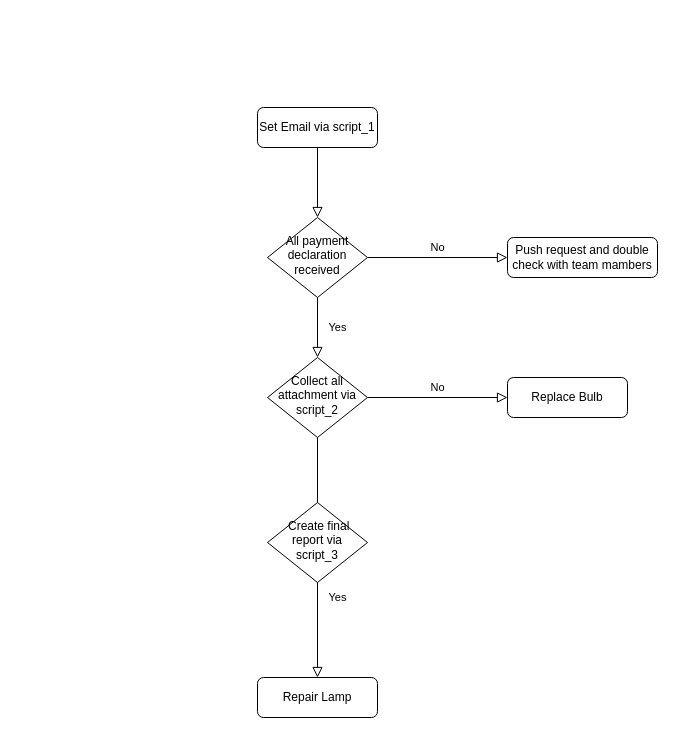
Earlier version of the draw.io diagram Untitled Diagram.drawio (i3land/ZXMAC_FIRST_GIT). Source tidied: cells renumbered, new cells numbered last; positions are measured from the earlier drawing's top-left corner, leaving out a move shared by most shapes. Both pictures are drawn from the tidied source at 100%, with x=0, y=0 at pixel (257, 107).
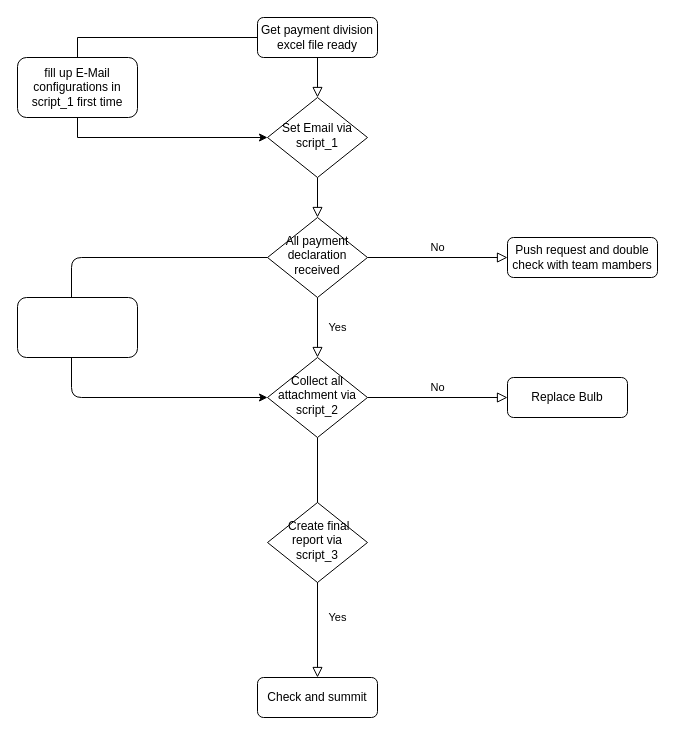
The same diagram, later.

The change refers to these unchanged cells:
```xml
<mxCell id="6" value="All payment declaration received" style="rhombus;whiteSpace=wrap;html=1;shadow=0;fontFamily=Helvetica;fontSize=12;align=center;strokeWidth=1;spacing=6;spacingTop=-4;" parent="1" vertex="1">
  <mxGeometry x="10" y="110" width="100" height="80" as="geometry" />
</mxCell>
<mxCell id="10" value="Collect all attachment via script_2" style="rhombus;whiteSpace=wrap;html=1;shadow=0;fontFamily=Helvetica;fontSize=12;align=center;strokeWidth=1;spacing=6;spacingTop=-4;" parent="1" vertex="1">
  <mxGeometry x="10" y="250" width="100" height="80" as="geometry" />
</mxCell>
```

The edit, as a diff of the source:
```diff
@@
-    <mxCell id="2" style="rounded=0;html=1;jettySize=auto;fontSize=11;endArrow=block;endFill=0;endSize=8;strokeWidth=1;shadow=0;labelBackgroundColor=none;edgeStyle=orthogonalEdgeStyle;" parent="1" edge="1" source="3" target="6">
+    <mxCell id="2" style="rounded=0;html=1;jettySize=auto;fontSize=11;endArrow=block;endFill=0;endSize=8;strokeWidth=1;shadow=0;labelBackgroundColor=none;edgeStyle=orthogonalEdgeStyle;" parent="1" edge="1" source="15" target="6">
       <mxGeometry relative="1" as="geometry" />
     </mxCell>
+    <mxCell id="14" style="edgeStyle=orthogonalEdgeStyle;rounded=0;jettySize=auto;html=1;entryX=0;entryY=0.5;entryDx=0;entryDy=0;" parent="1" edge="1" source="3" target="15">
+      <mxGeometry relative="1" as="geometry">
+        <Array as="points">
+          <mxPoint x="-180" y="-70" />
+          <mxPoint x="-180" y="30" />
+          <mxPoint x="10" y="30" />
+        </Array>
+      </mxGeometry>
+    </mxCell>
-    <mxCell id="3" value="Set Email via script_1" style="rounded=1;whiteSpace=wrap;html=1;fontSize=12;glass=0;strokeWidth=1;shadow=0;" parent="1" vertex="1">
-      <mxGeometry width="120" height="40" as="geometry" />
+    <mxCell id="3" value="&lt;span style=&quot;font-family: &amp;#34;helvetica&amp;#34;&quot;&gt;Get payment division excel file ready&lt;/span&gt;" style="rounded=1;whiteSpace=wrap;html=1;fontSize=12;glass=0;strokeWidth=1;shadow=0;" parent="1" vertex="1">
+      <mxGeometry y="-90" width="120" height="40" as="geometry" />
     </mxCell>
@@
     <mxCell id="8" value="Yes" style="rounded=0;html=1;jettySize=auto;fontSize=11;endArrow=block;endFill=0;endSize=8;strokeWidth=1;shadow=0;labelBackgroundColor=none;edgeStyle=orthogonalEdgeStyle;" parent="1" edge="1" source="10" target="11">
-      <mxGeometry x="0.33" y="20" relative="1" as="geometry" />
+      <mxGeometry x="0.5" y="20" relative="1" as="geometry" />
     </mxCell>
@@
-    <mxCell id="11" value="Repair Lamp" style="rounded=1;whiteSpace=wrap;html=1;fontSize=12;glass=0;strokeWidth=1;shadow=0;" parent="1" vertex="1">
+    <mxCell id="11" value="Check and summit" style="rounded=1;whiteSpace=wrap;html=1;fontSize=12;glass=0;strokeWidth=1;shadow=0;" parent="1" vertex="1">
       <mxGeometry y="570" width="120" height="40" as="geometry" />
     </mxCell>
@@
+    <mxCell id="15" value="&lt;span style=&quot;font-family: &amp;#34;helvetica&amp;#34;&quot;&gt;Set Email via script_1&lt;/span&gt;" style="rhombus;whiteSpace=wrap;html=1;shadow=0;fontFamily=Helvetica;fontSize=12;align=center;strokeWidth=1;spacing=6;spacingTop=-4;" parent="1" vertex="1">
+      <mxGeometry x="10" y="-10" width="100" height="80" as="geometry" />
+    </mxCell>
+    <mxCell id="16" style="rounded=0;html=1;jettySize=auto;fontSize=11;endArrow=block;endFill=0;endSize=8;strokeWidth=1;shadow=0;labelBackgroundColor=none;edgeStyle=orthogonalEdgeStyle;" parent="1" edge="1" source="3" target="15">
+      <mxGeometry relative="1" as="geometry" />
+    </mxCell>
+    <mxCell id="17" value="&lt;span&gt;fill up E-Mail configurations in script_1 first time&lt;/span&gt;" style="rounded=1;whiteSpace=wrap;html=1;" parent="1" vertex="1">
+      <mxGeometry x="-240" y="-50" width="120" height="60" as="geometry" />
+    </mxCell>
+    <mxCell id="18" style="endArrow=classic;html=1;exitX=0;exitY=0.5;exitDx=0;exitDy=0;entryX=0;entryY=0.5;entryDx=0;entryDy=0;" parent="1" edge="1" source="6" target="10">
+      <mxGeometry relative="1" as="geometry">
+        <Array as="points">
+          <mxPoint x="-186" y="150" />
+          <mxPoint x="-186" y="290" />
+        </Array>
+      </mxGeometry>
+    </mxCell>
+    <mxCell id="19" style="rounded=1;whiteSpace=wrap;html=1;" parent="1" vertex="1">
+      <mxGeometry x="-240" y="190" width="120" height="60" as="geometry" />
+    </mxCell>
```
